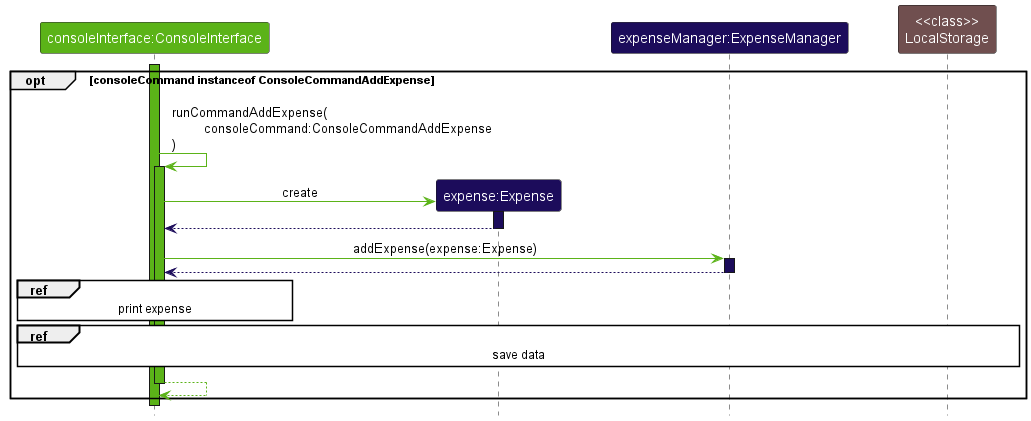
Earlier version of the PlantUML export docs/images/ImplementationAddExpense.png (nus-cs2113-AY2223S1/tp). The source it was exported from:
```plantuml
@startuml
!include https://raw.githubusercontent.com/xzynos/tp/branch-Webpage/docs/diagrams/Styles.puml

skinparam sequenceReferenceBackgroundColor #ffffff

Participant "consoleInterface:ConsoleInterface" as consoleInterface USER_INTERFACE_COLOR_1
Participant "expense:Expense" as expense DATA_COLOR_1
Participant "expenseManager:ExpenseManager" as expenseManager DATA_COLOR_1
Participant "<<class>>\nLocalStorage" as LocalStorage STORAGE_COLOR_1

activate consoleInterface USER_INTERFACE_COLOR_1

opt consoleCommand instanceof ConsoleCommandAddExpense
    consoleInterface -[USER_INTERFACE_COLOR_1]> consoleInterface : \lrunCommandAddExpense(\n\tconsoleCommand:ConsoleCommandAddExpense\n)
    activate consoleInterface USER_INTERFACE_COLOR_1

    create expense

    consoleInterface -[USER_INTERFACE_COLOR_1]> expense : create
    activate expense DATA_COLOR_1

    expense --[DATA_COLOR_1]> consoleInterface
    deactivate expense

    consoleInterface -[USER_INTERFACE_COLOR_1]> expenseManager : addExpense(expense:Expense)
    activate expenseManager DATA_COLOR_1

    expenseManager --[DATA_COLOR_1]> consoleInterface
    deactivate expenseManager

    ref over consoleInterface: print expense

    ref over consoleInterface, expenseManager, LocalStorage: save data

    consoleInterface --[USER_INTERFACE_COLOR_1]> consoleInterface
    deactivate consoleInterface
end

deactivate consoleInterface
@enduml
```
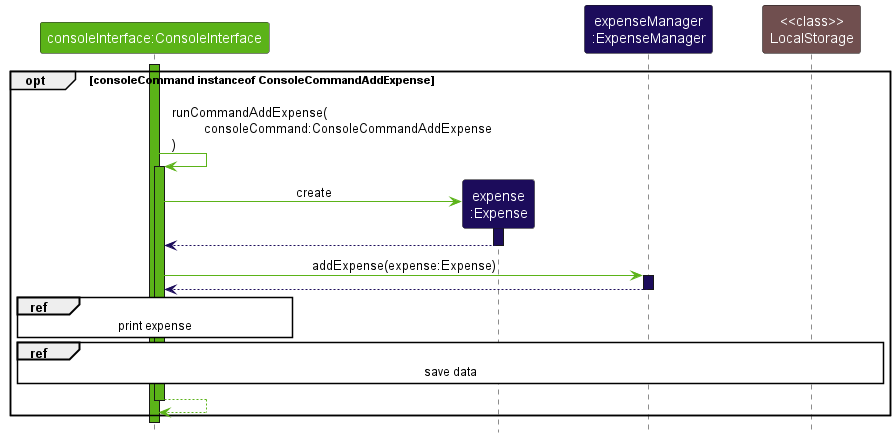
After the change.

The edit, as a diff of the source:
```diff
@@ -4,8 +4,8 @@
 skinparam sequenceReferenceBackgroundColor #ffffff
 
 Participant "consoleInterface:ConsoleInterface" as consoleInterface USER_INTERFACE_COLOR_1
-Participant "expense:Expense" as expense DATA_COLOR_1
-Participant "expenseManager:ExpenseManager" as expenseManager DATA_COLOR_1
+Participant "expense\n:Expense" as expense DATA_COLOR_1
+Participant "expenseManager\n:ExpenseManager" as expenseManager DATA_COLOR_1
 Participant "<<class>>\nLocalStorage" as LocalStorage STORAGE_COLOR_1
 
 activate consoleInterface USER_INTERFACE_COLOR_1
```
